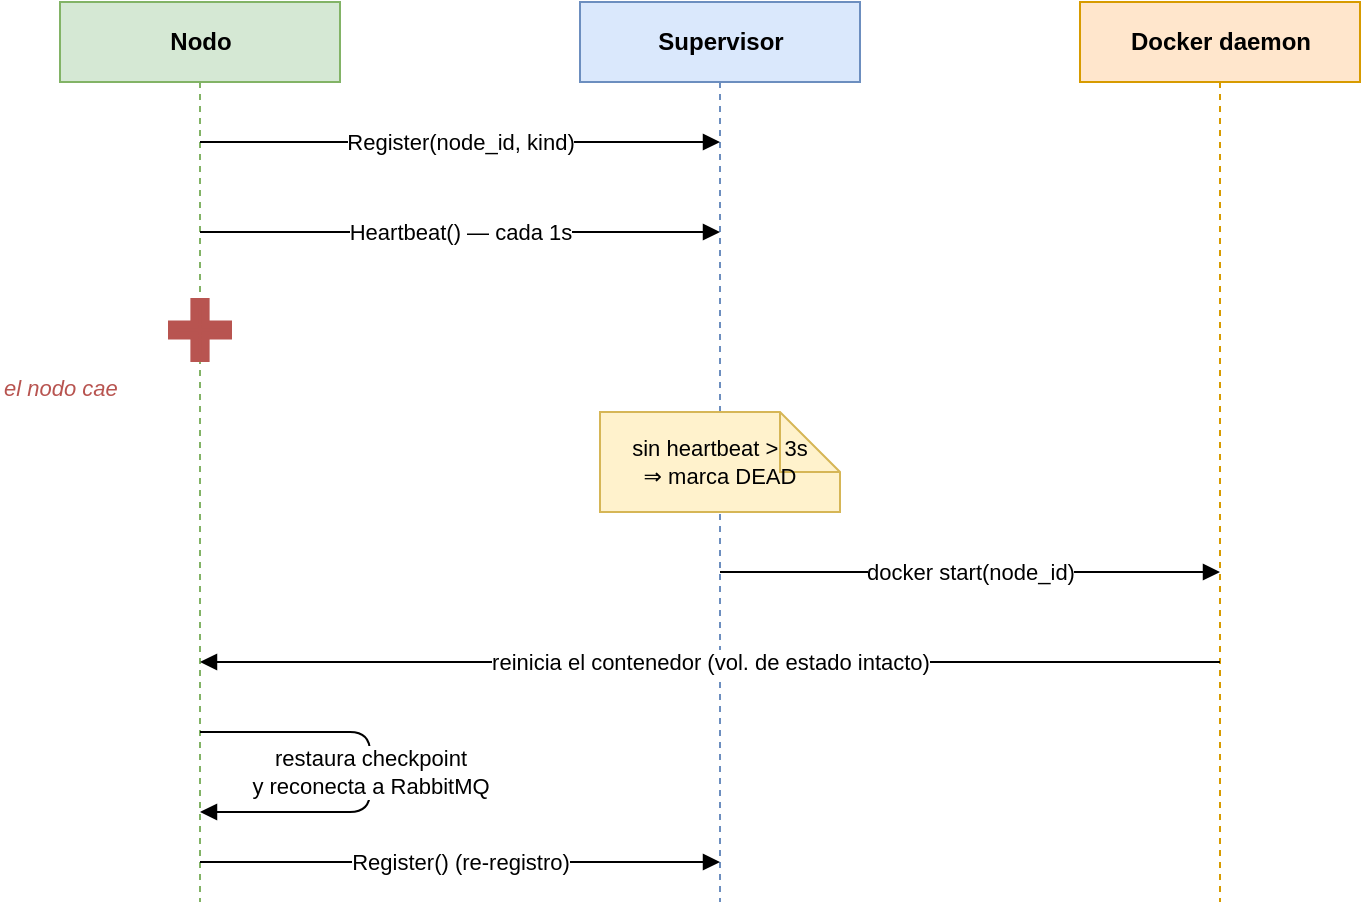
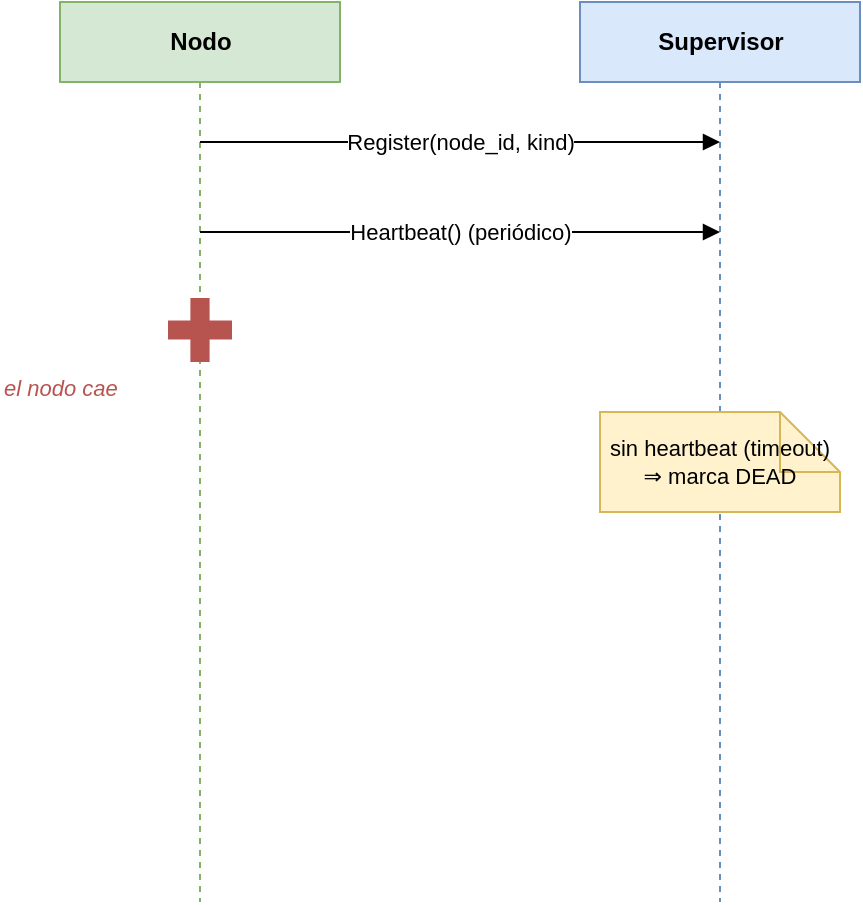
<mxfile host="app.diagrams.net" version="24.0.0">
  <diagram name="ft-heartbeat" id="fthb">
    <mxGraphModel dx="800" dy="600" grid="0" gridSize="10" guides="1" tooltips="1" connect="1" arrows="1" fold="1" page="1" pageScale="1" pageWidth="760" pageHeight="500" math="0" shadow="0">
      <root>
        <mxCell id="0" />
        <mxCell id="1" parent="0" />


        <mxCell id="ln" value="Nodo" style="shape=umlLifeline;perimeter=lifelinePerimeter;html=1;fillColor=#d5e8d4;strokeColor=#82b366;fontStyle=1;size=40;" vertex="1" parent="1">
          <mxGeometry x="50.00" y="20.00" width="140" height="450" as="geometry" />
        </mxCell>
        <mxCell id="ls" value="Supervisor" style="shape=umlLifeline;perimeter=lifelinePerimeter;html=1;fillColor=#dae8fc;strokeColor=#6c8ebf;fontStyle=1;size=40;" vertex="1" parent="1">
          <mxGeometry x="310.00" y="20.00" width="140" height="450" as="geometry" />
        </mxCell>
-         <mxCell id="ld" value="Docker daemon" style="shape=umlLifeline;perimeter=lifelinePerimeter;html=1;fillColor=#ffe6cc;strokeColor=#d79b00;fontStyle=1;size=40;" vertex="1" parent="1">
-           <mxGeometry x="560.00" y="20.00" width="140" height="450" as="geometry" />
-         </mxCell>


        <mxCell id="m1" value="Register(node_id, kind)" style="html=1;endArrow=block;fontSize=11;" edge="1" parent="1">
          <mxGeometry relative="1" as="geometry"><mxPoint x="120.00" y="90.00" as="sourcePoint" /><mxPoint x="380.00" y="90.00" as="targetPoint" /></mxGeometry>
        </mxCell>
-         <mxCell id="m2" value="Heartbeat()  — cada 1s" style="html=1;endArrow=block;fontSize=11;dashed=0;" edge="1" parent="1">
+         <mxCell id="m2" value="Heartbeat() (periódico)" style="html=1;endArrow=block;fontSize=11;dashed=0;" edge="1" parent="1">
          <mxGeometry relative="1" as="geometry"><mxPoint x="120.00" y="135.00" as="sourcePoint" /><mxPoint x="380.00" y="135.00" as="targetPoint" /></mxGeometry>
        </mxCell>


        <mxCell id="crash" value="" style="shape=cross;html=1;strokeColor=#b85450;strokeWidth=4;fillColor=#b85450;" vertex="1" parent="1">
          <mxGeometry x="106.00" y="170.00" width="28" height="28" as="geometry" />
        </mxCell>
        <mxCell id="crashlbl" value="el nodo cae" style="text;html=1;fontSize=11;fontColor=#b85450;fontStyle=2;align=left;" vertex="1" parent="1">
          <mxGeometry x="20.00" y="200.00" width="120" height="20" as="geometry" />
        </mxCell>


-         <mxCell id="note" value="sin heartbeat &gt; 3s&#10;⇒ marca DEAD" style="shape=note;whiteSpace=wrap;html=1;fillColor=#fff2cc;strokeColor=#d6b656;fontSize=11;align=center;" vertex="1" parent="1">
+         <mxCell id="note" value="sin heartbeat (timeout)&#10;⇒ marca DEAD" style="shape=note;whiteSpace=wrap;html=1;fillColor=#fff2cc;strokeColor=#d6b656;fontSize=11;align=center;" vertex="1" parent="1">
          <mxGeometry x="320.00" y="225.00" width="120" height="50" as="geometry" />
        </mxCell>


-         <mxCell id="m3" value="docker start(node_id)" style="html=1;endArrow=block;fontSize=11;" edge="1" parent="1">
-           <mxGeometry relative="1" as="geometry"><mxPoint x="380.00" y="305.00" as="sourcePoint" /><mxPoint x="630.00" y="305.00" as="targetPoint" /></mxGeometry>
-         </mxCell>
- 
-         <mxCell id="m4" value="reinicia el contenedor (vol. de estado intacto)" style="html=1;endArrow=block;fontSize=11;" edge="1" parent="1">
-           <mxGeometry relative="1" as="geometry"><mxPoint x="630.00" y="350.00" as="sourcePoint" /><mxPoint x="120.00" y="350.00" as="targetPoint" /></mxGeometry>
-         </mxCell>
- 
-         <mxCell id="m5" value="restaura checkpoint&#10;y reconecta a RabbitMQ" style="html=1;endArrow=block;fontSize=11;rounded=1;" edge="1" parent="1">
-           <mxGeometry relative="1" as="geometry"><mxPoint x="120.00" y="385.00" as="sourcePoint" /><mxPoint x="120.00" y="425.00" as="targetPoint" /><Array as="points"><mxPoint x="205.00" y="385.00" /><mxPoint x="205.00" y="425.00" /></Array></mxGeometry>
-         </mxCell>
- 
-         <mxCell id="m6" value="Register()  (re-registro)" style="html=1;endArrow=block;fontSize=11;" edge="1" parent="1">
-           <mxGeometry relative="1" as="geometry"><mxPoint x="120.00" y="450.00" as="sourcePoint" /><mxPoint x="380.00" y="450.00" as="targetPoint" /></mxGeometry>
-         </mxCell>

      </root>
    </mxGraphModel>
  </diagram>
</mxfile>